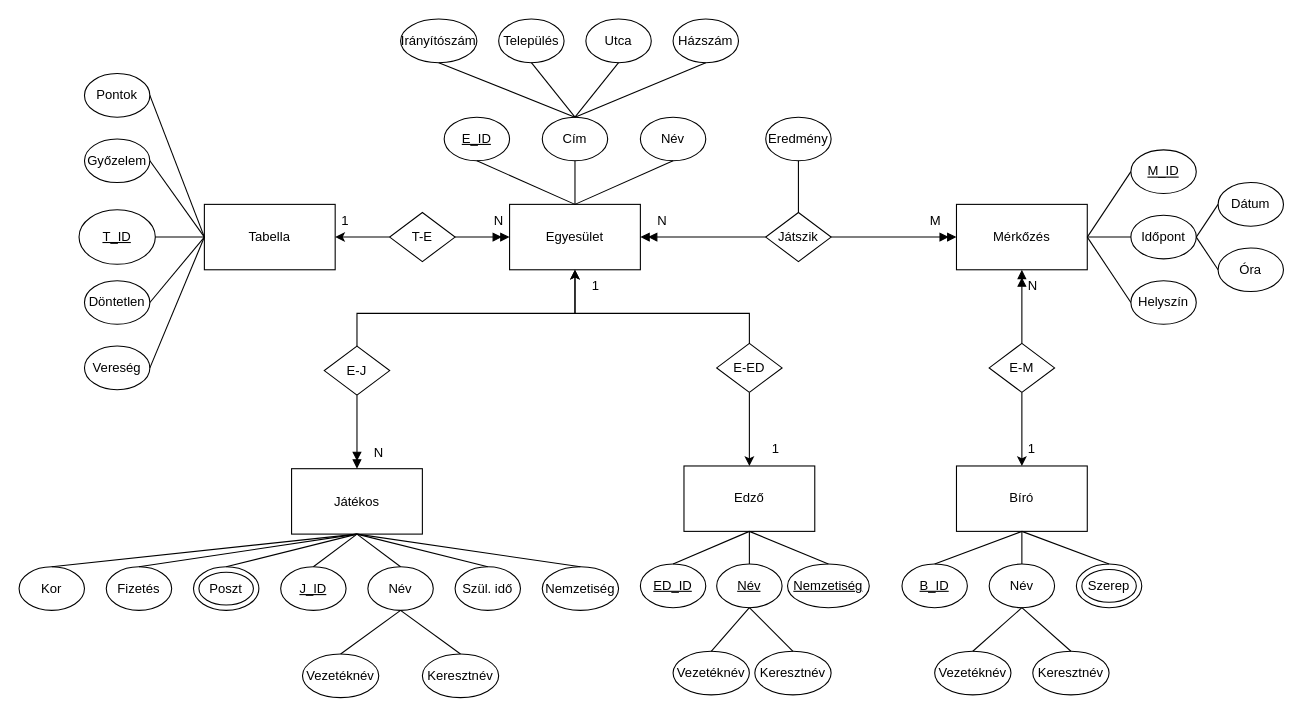
Earlier version of the draw.io diagram XMLTaskWH85ZH/1.Feladat/ERWH85ZH.drawio (NyAgoston/WH85ZH_XMLGyak). Source tidied: cells renumbered, new cells numbered last; positions are measured from the earlier drawing's top-left corner, leaving out a move shared by most shapes. Both pictures are drawn from the tidied source at 109%, with x=0, y=0 at pixel (19, 19).
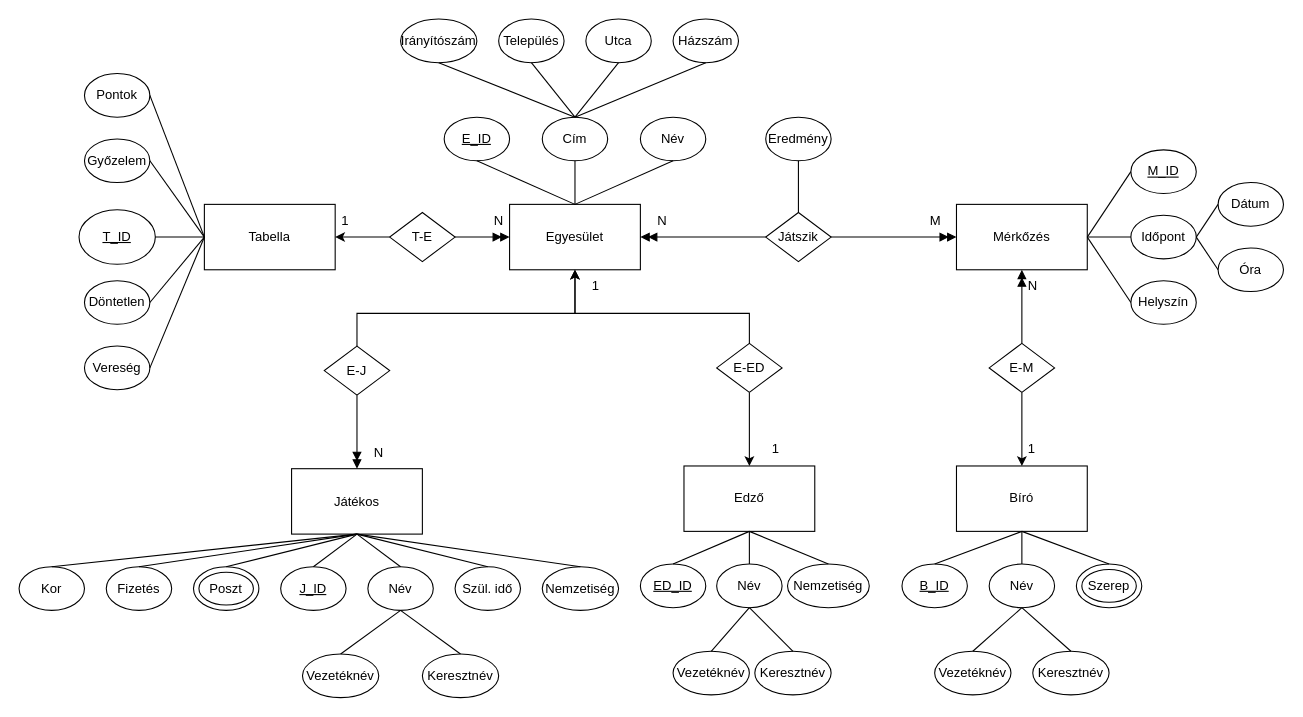
Above is the later version.

Diff of the diagram source:
```diff
@@
-    <mxCell id="100" value="&lt;u&gt;Nemzetiség&lt;/u&gt;" style="ellipse;whiteSpace=wrap;html=1;" parent="1" vertex="1">
+    <mxCell id="100" value="Nemzetiség" style="ellipse;whiteSpace=wrap;html=1;" parent="1" vertex="1">
       <mxGeometry x="705" y="500" width="75" height="40" as="geometry" />
     </mxCell>
-    <mxCell id="101" value="&lt;u&gt;Név&lt;/u&gt;" style="ellipse;whiteSpace=wrap;html=1;" parent="1" vertex="1">
+    <mxCell id="101" value="Név" style="ellipse;whiteSpace=wrap;html=1;" parent="1" vertex="1">
       <mxGeometry x="640" y="500" width="60" height="40" as="geometry" />
     </mxCell>
```
